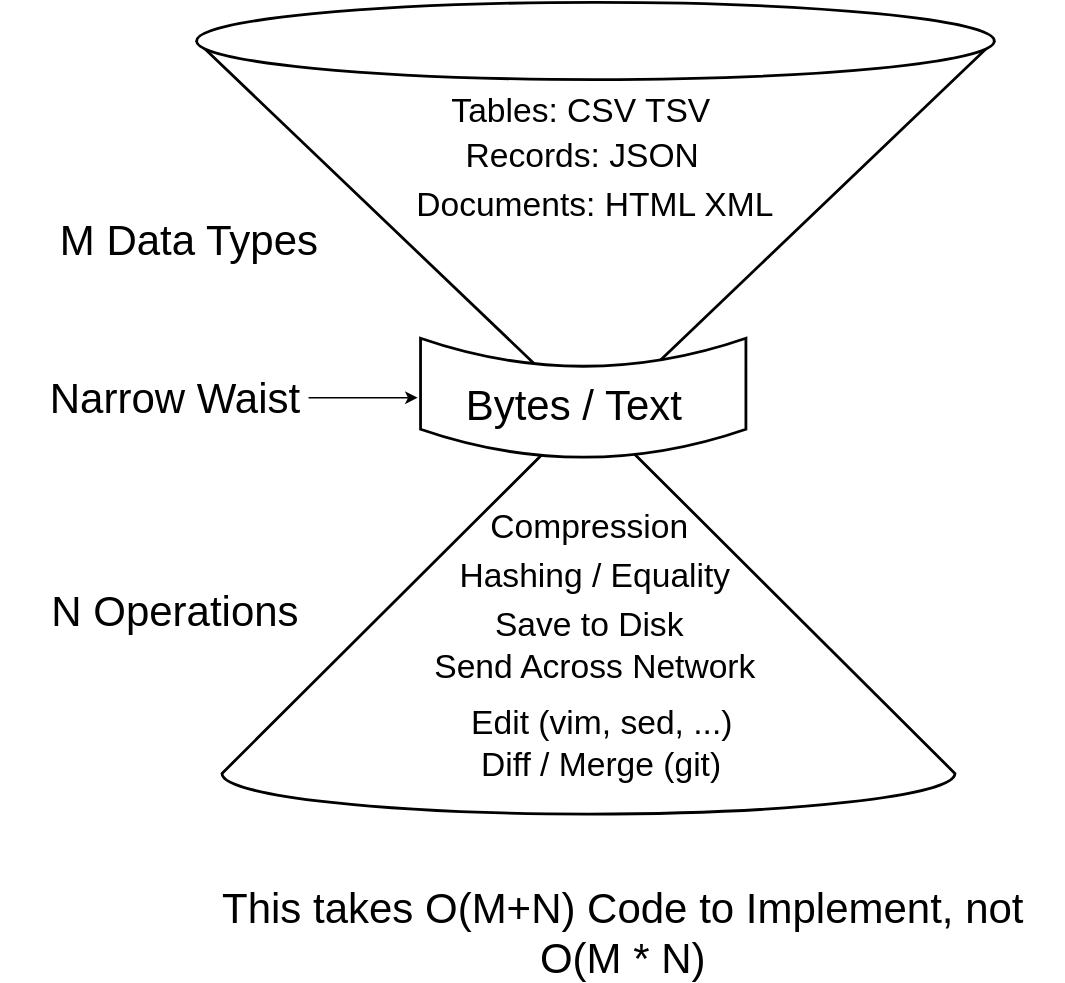
oils-for-unix/diagrams-test keeps this draw.io diagram as github-test-Page-1.drawio.svg. Above is the earlier version. Source tidied: cells renumbered, new cells last; positions are measured from the earlier drawing's top-left corner, leaving out a move shared by most shapes.
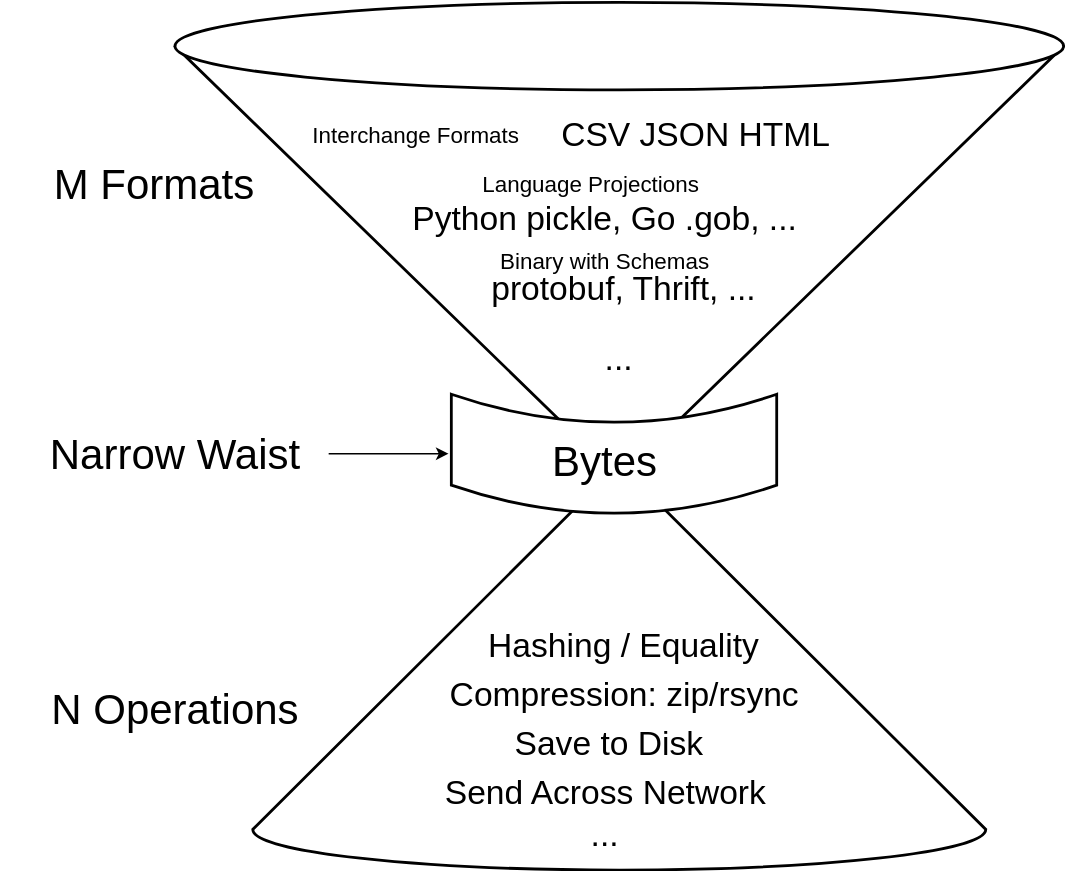
After the change.

Diff of the diagram source:
```diff
@@ -6,55 +6,61 @@
       <mxGeometry x="158.1" y="290" width="523.8" height="290" as="geometry" />
     </mxCell>
     <mxCell id="3" style="verticalLabelPosition=bottom;verticalAlign=top;html=1;shape=mxgraph.basic.cone;direction=west;strokeWidth=2;" parent="1" vertex="1">
-      <mxGeometry x="140" width="570" height="300" as="geometry" />
+      <mxGeometry x="102.5" y="-40" width="635" height="340" as="geometry" />
     </mxCell>
     <mxCell id="4" style="shape=dataStorage;whiteSpace=wrap;html=1;fixedSize=1;fontSize=30;rotation=-90;strokeWidth=2;perimeterSpacing=2;" parent="1" vertex="1">
       <mxGeometry x="373.8" y="166.2" width="85" height="232.5" as="geometry" />
     </mxCell>
-    <mxCell id="5" value="Bytes / Text" style="text;html=1;strokeColor=none;fillColor=none;align=center;verticalAlign=middle;whiteSpace=wrap;rounded=0;fontSize=30;strokeWidth=3;" parent="1" vertex="1">
+    <mxCell id="5" value="Bytes" style="text;html=1;strokeColor=none;fillColor=none;align=center;verticalAlign=middle;whiteSpace=wrap;rounded=0;fontSize=30;strokeWidth=3;" parent="1" vertex="1">
       <mxGeometry x="288.8" y="252.5" width="242.5" height="70" as="geometry" />
     </mxCell>
     <mxCell id="6" style="edgeStyle=orthogonalEdgeStyle;rounded=0;jettySize=auto;html=1;exitX=1;exitY=0.5;exitDx=0;exitDy=0;entryX=0.5;entryY=0;entryDx=0;entryDy=0;fontSize=30;" parent="1" edge="1" source="7" target="4">
       <mxGeometry relative="1" as="geometry" />
     </mxCell>
     <mxCell id="7" value="Narrow Waist" style="text;html=1;strokeColor=none;fillColor=none;align=center;verticalAlign=middle;whiteSpace=wrap;rounded=0;fontSize=30;" parent="1" vertex="1">
-      <mxGeometry x="30" y="242.5" width="190" height="80" as="geometry" />
+      <mxGeometry x="-6.1" y="242.5" width="218.4" height="80" as="geometry" />
     </mxCell>
-    <mxCell id="8" value="M Data Types" style="text;html=1;strokeColor=none;fillColor=none;align=center;verticalAlign=middle;whiteSpace=wrap;rounded=0;fontSize=30;" parent="1" vertex="1">
-      <mxGeometry x="40" y="130" width="190" height="80" as="geometry" />
+    <mxCell id="8" value="M Formats" style="text;html=1;strokeColor=none;fillColor=none;align=center;verticalAlign=middle;whiteSpace=wrap;rounded=0;fontSize=30;" parent="1" vertex="1">
+      <mxGeometry x="-21.9" y="50" width="220" height="80" as="geometry" />
     </mxCell>
-    <mxCell id="9" value="This takes O(M+N) Code to Implement, not O(M * N)" style="text;html=1;strokeColor=none;fillColor=none;align=center;verticalAlign=middle;whiteSpace=wrap;rounded=0;fontSize=30;" parent="1" vertex="1">
-      <mxGeometry x="130" y="650" width="630" height="30" as="geometry" />
-    </mxCell>
     <mxCell id="10" value="N Operations" style="text;html=1;strokeColor=none;fillColor=none;align=center;verticalAlign=middle;whiteSpace=wrap;rounded=0;fontSize=30;" parent="1" vertex="1">
-      <mxGeometry y="410" width="250" height="50" as="geometry" />
+      <mxGeometry x="-21.9" y="440" width="250" height="50" as="geometry" />
     </mxCell>
-    <mxCell id="11" value="Records: JSON" style="text;html=1;strokeColor=none;fillColor=none;align=center;verticalAlign=middle;whiteSpace=wrap;rounded=0;fontSize=24;" parent="1" vertex="1">
-      <mxGeometry x="301.3" y="80" width="230" height="60" as="geometry" />
-    </mxCell>
-    <mxCell id="12" value="Documents: HTML XML" style="text;html=1;strokeColor=none;fillColor=none;align=center;verticalAlign=middle;whiteSpace=wrap;rounded=0;fontSize=24;" parent="1" vertex="1">
-      <mxGeometry x="290" y="110" width="270" height="70" as="geometry" />
-    </mxCell>
-    <mxCell id="13" value="&lt;font style=&quot;font-size: 24px&quot;&gt;Tables: CSV TSV&lt;/font&gt;" style="text;html=1;strokeColor=none;fillColor=none;align=center;verticalAlign=middle;whiteSpace=wrap;rounded=0;fontSize=30;" parent="1" vertex="1">
-      <mxGeometry x="298.8" y="60" width="232.5" height="30" as="geometry" />
-    </mxCell>
-    <mxCell id="14" value="Edit (vim, sed, ...)" style="text;html=1;strokeColor=none;fillColor=none;align=center;verticalAlign=middle;whiteSpace=wrap;rounded=0;fontSize=24;" parent="1" vertex="1">
-      <mxGeometry x="335" y="500" width="190" height="30" as="geometry" />
-    </mxCell>
     <mxCell id="15" value="Send Across Network" style="text;html=1;strokeColor=none;fillColor=none;align=center;verticalAlign=middle;whiteSpace=wrap;rounded=0;fontSize=24;" parent="1" vertex="1">
-      <mxGeometry x="306.9" y="460" width="236.2" height="30" as="geometry" />
+      <mxGeometry x="258.8" y="510" width="302.5" height="30" as="geometry" />
     </mxCell>
     <mxCell id="16" value="Save to Disk&lt;br&gt;" style="text;html=1;strokeColor=none;fillColor=none;align=center;verticalAlign=middle;whiteSpace=wrap;rounded=0;fontSize=24;" parent="1" vertex="1">
-      <mxGeometry x="351.3" y="430" width="140" height="30" as="geometry" />
+      <mxGeometry x="295" y="475" width="236.2" height="30" as="geometry" />
     </mxCell>
-    <mxCell id="17" value="Compression" style="text;html=1;strokeColor=none;fillColor=none;align=center;verticalAlign=middle;whiteSpace=wrap;rounded=0;fontSize=24;" parent="1" vertex="1">
-      <mxGeometry x="346.3" y="360" width="150" height="30" as="geometry" />
+    <mxCell id="17" value="Compression: zip/rsync" style="text;html=1;strokeColor=none;fillColor=none;align=center;verticalAlign=middle;whiteSpace=wrap;rounded=0;fontSize=24;" parent="1" vertex="1">
+      <mxGeometry x="243.8" y="440" width="360" height="30" as="geometry" />
     </mxCell>
     <mxCell id="18" value="Hashing / Equality" style="text;html=1;strokeColor=none;fillColor=none;align=center;verticalAlign=middle;whiteSpace=wrap;rounded=0;fontSize=24;" parent="1" vertex="1">
-      <mxGeometry x="325" y="390" width="200" height="40" as="geometry" />
+      <mxGeometry x="286.3" y="400" width="275" height="40" as="geometry" />
     </mxCell>
-    <mxCell id="19" value="Diff / Merge (git)" style="text;html=1;strokeColor=none;fillColor=none;align=center;verticalAlign=middle;whiteSpace=wrap;rounded=0;fontSize=24;" parent="1" vertex="1">
-      <mxGeometry x="342.5" y="530" width="175" height="30" as="geometry" />
-    </mxCell>
+    <mxCell id="20" value="CSV JSON HTML" style="text;html=1;strokeColor=none;fillColor=none;align=center;verticalAlign=middle;whiteSpace=wrap;rounded=0;fontSize=24;" parent="1" vertex="1">
+      <mxGeometry x="330" y="35" width="290" height="40" as="geometry" />
+    </mxCell>
+    <mxCell id="21" value="Python pickle, Go .gob, ..." style="text;html=1;strokeColor=none;fillColor=none;align=center;verticalAlign=middle;whiteSpace=wrap;rounded=0;fontSize=24;" parent="1" vertex="1">
+      <mxGeometry x="240" y="100" width="340" height="30" as="geometry" />
+    </mxCell>
+    <mxCell id="22" value="protobuf, Thrift, ..." style="text;html=1;strokeColor=none;fillColor=none;align=center;verticalAlign=middle;whiteSpace=wrap;rounded=0;fontSize=24;" parent="1" vertex="1">
+      <mxGeometry x="256.3" y="150" width="335" height="30" as="geometry" />
+    </mxCell>
+    <mxCell id="23" value="Interchange Formats" style="text;html=1;strokeColor=none;fillColor=none;align=center;verticalAlign=middle;whiteSpace=wrap;rounded=0;fontSize=16;" parent="1" vertex="1">
+      <mxGeometry x="140" y="40" width="270" height="30" as="geometry" />
+    </mxCell>
+    <mxCell id="24" value="Language Projections" style="text;html=1;strokeColor=none;fillColor=none;align=center;verticalAlign=middle;whiteSpace=wrap;rounded=0;fontSize=16;" parent="1" vertex="1">
+      <mxGeometry x="280" y="75" width="240" height="30" as="geometry" />
+    </mxCell>
+    <mxCell id="25" value="..." style="text;html=1;strokeColor=none;fillColor=none;align=center;verticalAlign=middle;whiteSpace=wrap;rounded=0;fontSize=24;" parent="1" vertex="1">
+      <mxGeometry x="390" y="200" width="60" height="30" as="geometry" />
+    </mxCell>
+    <mxCell id="26" value="..." style="text;html=1;strokeColor=none;fillColor=none;align=center;verticalAlign=middle;whiteSpace=wrap;rounded=0;fontSize=24;" parent="1" vertex="1">
+      <mxGeometry x="380" y="540" width="60" height="30" as="geometry" />
+    </mxCell>
+    <mxCell id="27" value="Binary with Schemas" style="text;html=1;strokeColor=none;fillColor=none;align=center;verticalAlign=middle;whiteSpace=wrap;rounded=0;fontSize=16;" parent="1" vertex="1">
+      <mxGeometry x="295" y="130" width="230" height="30" as="geometry" />
+    </mxCell>
   </root>
 </mxGraphModel>
```
